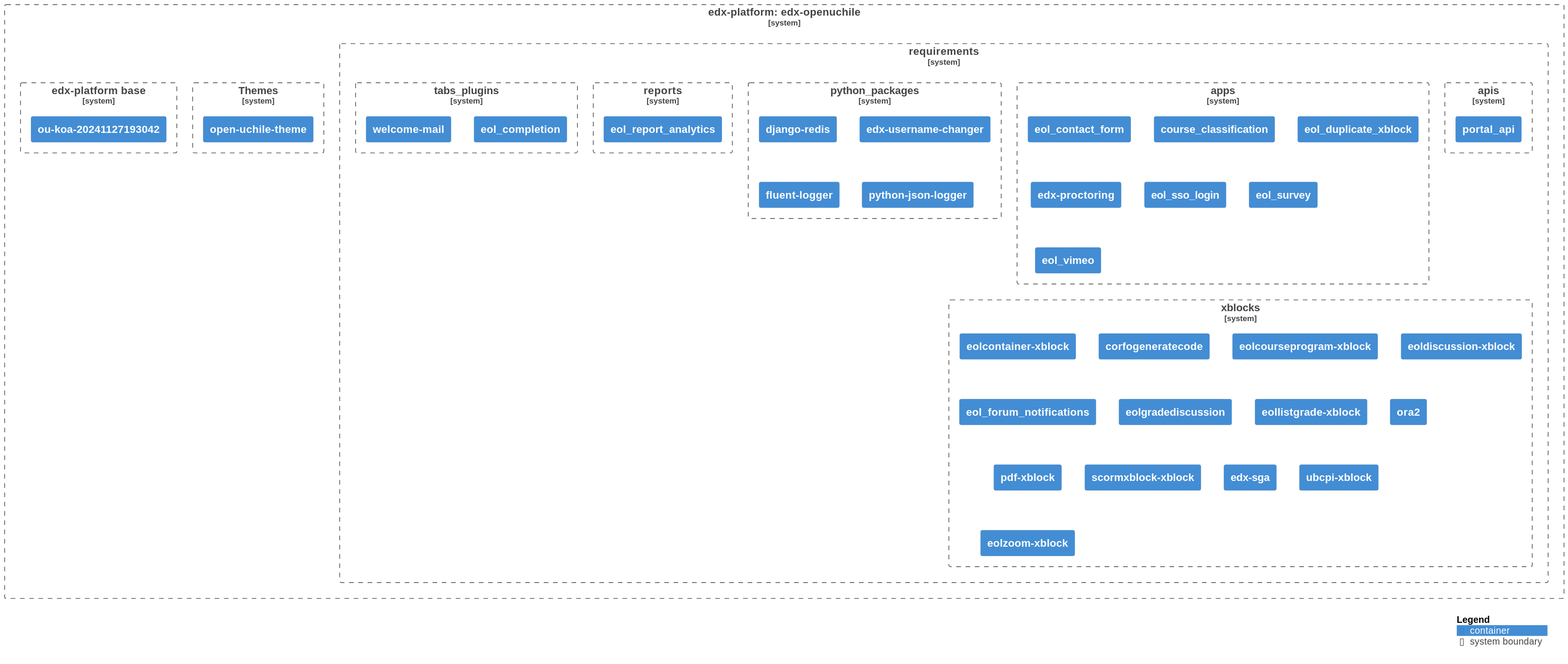
Earlier version of the PlantUML export diagrams/diagram.svg (eol-uchile/edx-openuchile). Its diagram source:
```plantuml
@startuml
!define C4Container https://raw.githubusercontent.com/plantuml-stdlib/C4-PlantUML/master/C4_Container.puml
!include C4Container

skinparam svgLinkTarget foo

System_Boundary(c1, "edx-platform: edx-openuchile", $link="https://github.com/eol-uchile/edx-openuchile") {
    System_Boundary(c2, "requirements", $link="https://github.com/eol-uchile/edx-openuchile/blob/openuchile-release/koa/requirements/") {

            System_Boundary(apis, "apis", $link="https://github.com/eol-uchile/edx-openuchile/blob/openuchile-release/koa/requirements/apis.txt") {

                Container(apis1, "portal_api", $link="https://github.com/eol-uchile/portal_api/releases/tag/0.3")

            }

            System_Boundary(apps, "apps", $link="https://github.com/eol-uchile/edx-openuchile/blob/openuchile-release/koa/requirements/apps.txt") {

                Container(apps1, "eol_contact_form", $link="https://github.com/open-uchile/eol_contact_form/releases/tag/0.2.2")

                Container(apps2, "course_classification", $link="https://github.com/eol-uchile/course_classification/releases/tag/1.1.2")

                Container(apps3, "eol_duplicate_xblock", $link="https://github.com/eol-uchile/eol_duplicate_xblock/commit/bdd3f406521cb028c142eb29e6c3c9c6433bba49")

                Container(apps4, "edx-proctoring", $link="https://github.com/openedx/edx-proctoring/releases/tag/2.6.7")

                Container(apps5, "eol_sso_login", $link="https://github.com/eol-uchile/eol_sso_login/releases/tag/0.1.1")

                Container(apps6, "eol_survey", $link="https://github.com/eol-uchile/eol_survey/commit/ab8506723ca972bf9ecb6afd1b4fed3f4cf32501")

                Container(apps7, "eol_vimeo", $link="https://github.com/eol-uchile/eol_vimeo/commit/cf918de25456ac716a3c596d44bf0a0cf0564d33")

            }

            System_Boundary(python_packages, "python_packages", $link="https://github.com/eol-uchile/edx-openuchile/blob/openuchile-release/koa/requirements/python_packages.txt") {

                Container(python_packages1, "django-redis")

                Container(python_packages2, "edx-username-changer", $link="https://github.com/mitodl/edx-username-changer.git/releases/tag/main")

                Container(python_packages3, "fluent-logger")

                Container(python_packages4, "python-json-logger")

            }

            System_Boundary(reports, "reports", $link="https://github.com/eol-uchile/edx-openuchile/blob/openuchile-release/koa/requirements/reports.txt") {

                Container(reports1, "eol_report_analytics", $link="https://github.com/eol-uchile/eol_report_analytics/commit/feef8ef18e1e1f3959c1a6073ccdb365a7c14466")

            }

            System_Boundary(tabs_plugins, "tabs_plugins", $link="https://github.com/eol-uchile/edx-openuchile/blob/openuchile-release/koa/requirements/tabs_plugins.txt") {

                Container(tabs_plugins1, "eol_completion", $link="https://github.com/eol-uchile/eol_completion/commit/8188c385a678fb94ed2d7f51591a348e51815666")

                Container(tabs_plugins2, "welcome-mail", $link="https://github.com/eol-uchile/eol_welcome_mail/commit/d45ed6908eac47bc615c5206572ecdea4d86adc5")

            }

            System_Boundary(xblocks, "xblocks", $link="https://github.com/eol-uchile/edx-openuchile/blob/openuchile-release/koa/requirements/xblocks.txt") {

                Container(xblocks1, "eolcontainer-xblock", $link="https://github.com/eol-uchile/eol-container-xblock.git/commit/02f52e4cf50054d8dda7d824a728a45678ea77dd")

                Container(xblocks2, "corfogeneratecode", $link="https://github.com/eol-uchile/corfo_generate_code/commit/a6b171148ba7278c05c664f0eb41f52743634bd2")

                Container(xblocks3, "eolcourseprogram-xblock", $link="https://github.com/eol-uchile/eol-course-program-xblock/commit/c412c4ffec907a044a23027bf4336cf3450afc64")

                Container(xblocks4, "eoldiscussion-xblock", $link="https://github.com/eol-uchile/eol_xblock_discussion/commit/51bbea2a892b1f1ec522f6919deea07b766cf6ea")

                Container(xblocks5, "eol_forum_notifications", $link="https://github.com/eol-uchile/eol_forum_notifications/commit/6d4ced6cd7b667e6048bf199a22f2c82b801e120")

                Container(xblocks6, "eolgradediscussion", $link="https://github.com/eol-uchile/eol_gradeforum_xblock/commit/1b5160b01a081aa68b42f9aed87845fa88b2b8a0")

                Container(xblocks7, "eollistgrade-xblock", $link="https://github.com/eol-uchile/eol_list_grade/commit/0d7688919bad8b229bff2948f31fedd76f1029d2")

                Container(xblocks8, "ora2", $link="https://github.com/eol-uchile/edx-ora2.git/commit/e873498bd2671b830f19a2441ec1608b7d4bbbc4")

                Container(xblocks9, "pdf-xblock", $link="https://github.com/eol-uchile/pdfXBlock/releases/tag/v0.5.1")

                Container(xblocks10, "scormxblock-xblock", $link="https://github.com/eol-uchile/edx_xblock_scorm/commit/c23184c0e22a7847f0b0c917bbe431c2973770fb")

                Container(xblocks11, "edx-sga", $link="https://github.com/eol-uchile/edx-sga/commit/12948a546025eddf570eee59820b0356d42f6620")

                Container(xblocks12, "ubcpi-xblock", $link="https://github.com/eol-uchile/ubcpi/commit/ae4bac403c89fd6c6525cedb7171a66e3aefca4c")

                Container(xblocks13, "eolzoom-xblock", $link="https://github.com/eol-uchile/eol-zoom-xblock/commit/52cfe736d9ba951345a9d41fc587ec8fdbdb3b9b")

            }

    }

    System_Boundary(theme, "Themes", $link="https://github.com/eol-uchile/edx-openuchile/blob/openuchile-release/koa/themes/") {

            Container(theme1, "open-uchile-theme", $link="https://github.com/open-uchile/open-uchile-theme")

    }

    System_Boundary(dockerfile, "edx-platform base", $link="https://github.com/eol-uchile/edx-openuchile/blob/openuchile-release/koa/Dockerfile") {
            Container(dk, "ou-koa-20241127193042", $link="https://ghcr.io/eol-uchile/edx-platform:ou-koa-20241127193042")
    }
}

SHOW_LEGEND()
@enduml
```
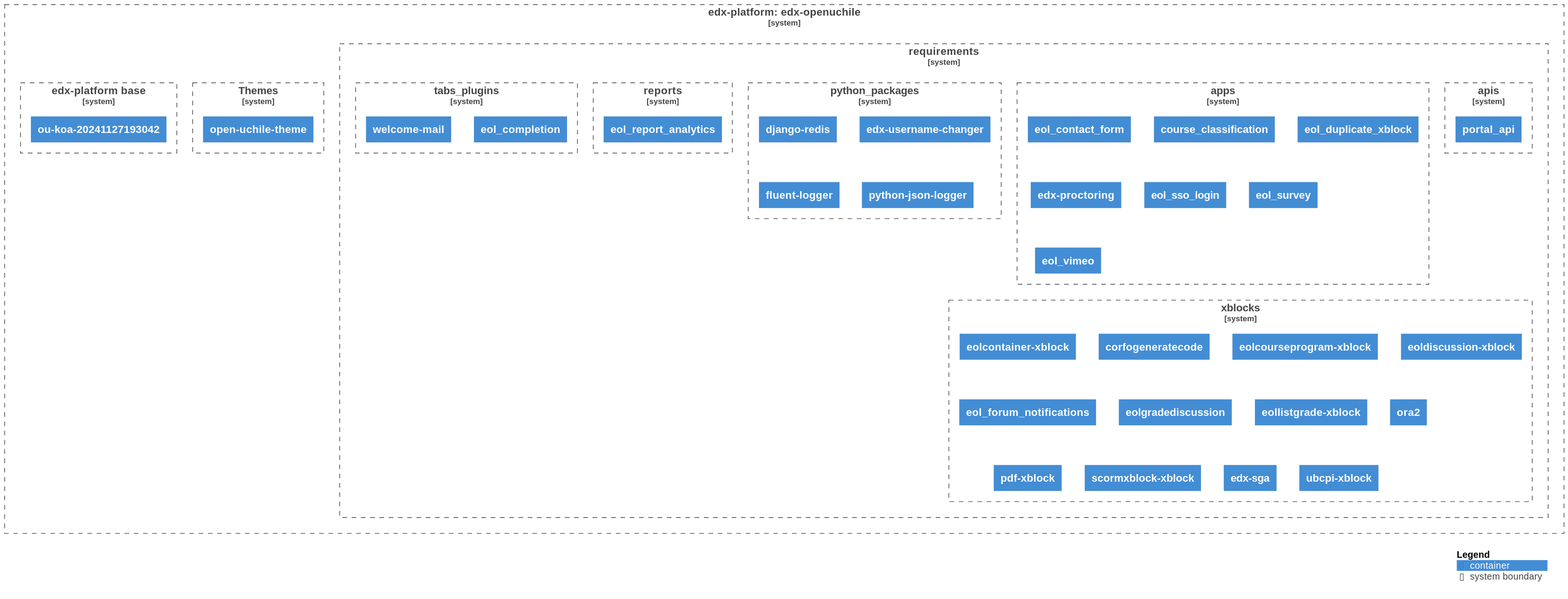
After the change.

Commit message:
chore: Auto-generate UML diagram

The edit, as a diff of the source:
```diff
@@ -83,8 +83,6 @@
 
                 Container(xblocks12, "ubcpi-xblock", $link="https://github.com/eol-uchile/ubcpi/commit/ae4bac403c89fd6c6525cedb7171a66e3aefca4c")
 
-                Container(xblocks13, "eolzoom-xblock", $link="https://github.com/eol-uchile/eol-zoom-xblock/commit/52cfe736d9ba951345a9d41fc587ec8fdbdb3b9b")
-
             }
 
     }
```
